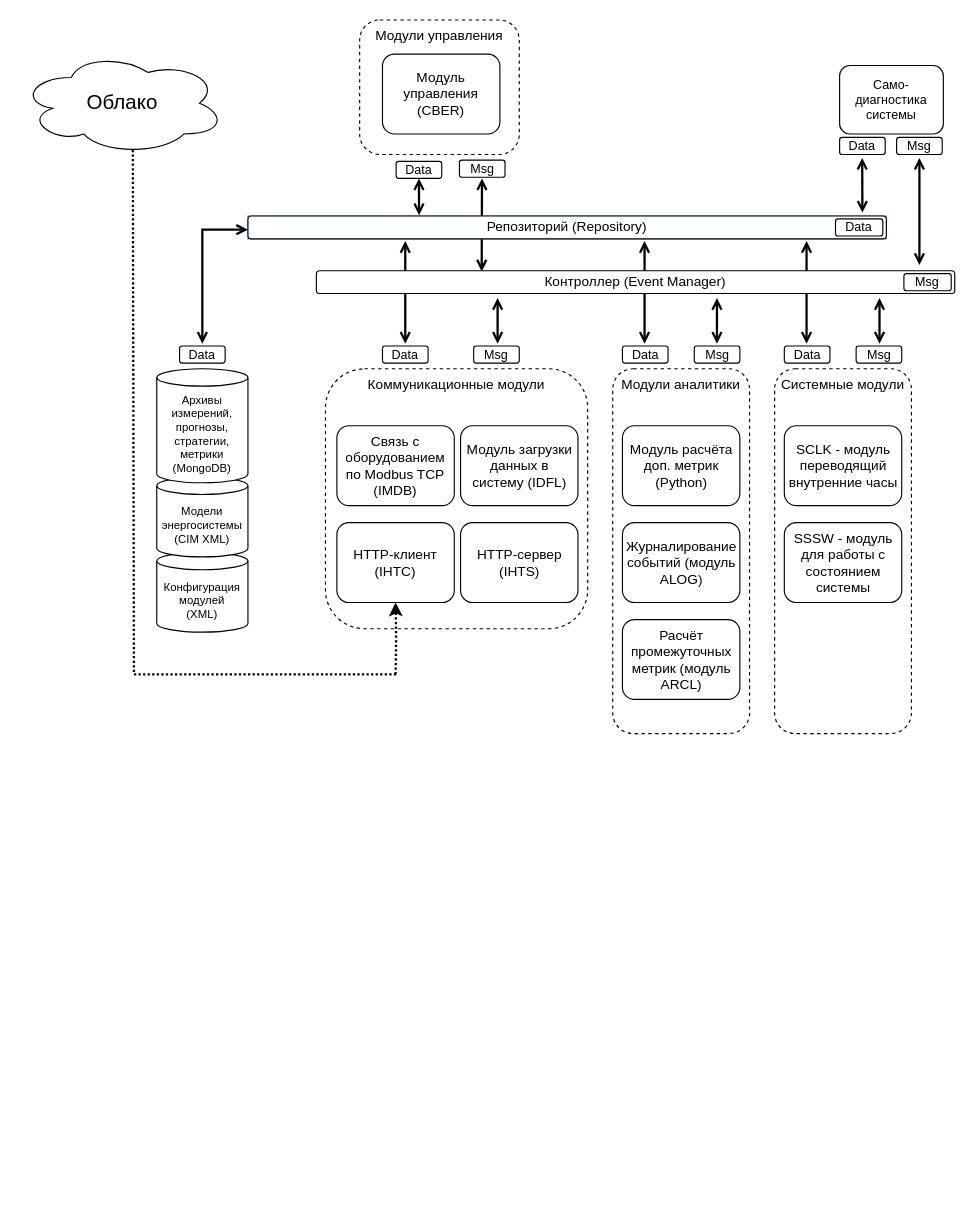
Before: AMIGO.drawio in Randyrofed/DrawIO, a draw.io diagram. Source tidied: cells renumbered, new cells numbered last; positions are measured from the earlier drawing's top-left corner, leaving out a move shared by most shapes. Both pictures are drawn from the tidied source at 114%, with x=0, y=0 at pixel (19, 19).
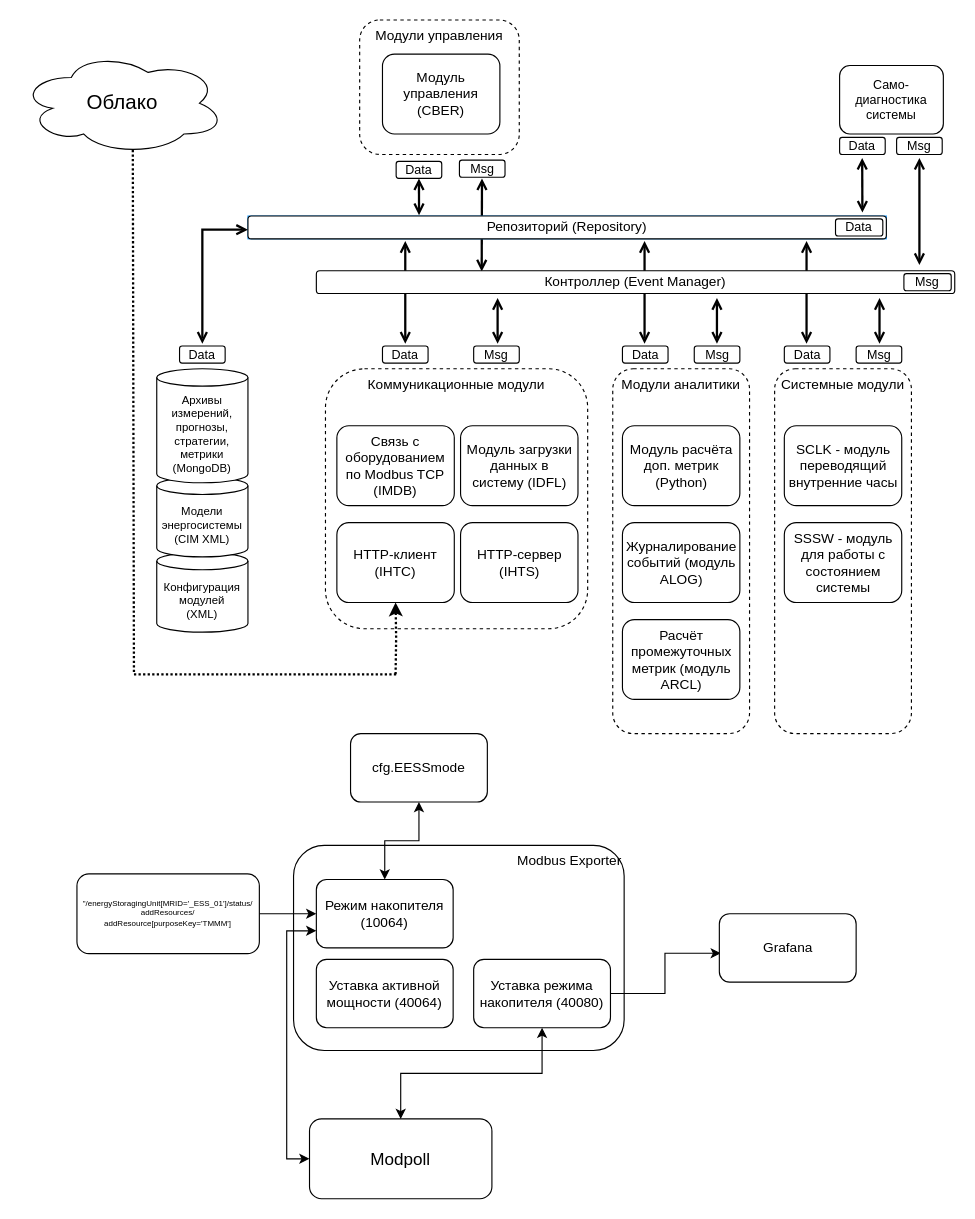
The same diagram, later.

The edit, as a diff of the source:
```diff
@@
+    <mxCell id="51" value="Modbus Exporter" style="rounded=1;whiteSpace=wrap;html=1;fillColor=none;align=right;horizontal=1;verticalAlign=top;" parent="1" vertex="1">
+      <mxGeometry x="240" y="724" width="290" height="180" as="geometry" />
+    </mxCell>
+    <mxCell id="52" value="Режим накопителя (10064)" style="rounded=1;whiteSpace=wrap;html=1;" parent="1" vertex="1">
+      <mxGeometry x="260" y="754" width="120" height="60" as="geometry" />
+    </mxCell>
+    <mxCell id="53" value="Уставка активной мощности (40064)" style="rounded=1;whiteSpace=wrap;html=1;" parent="1" vertex="1">
+      <mxGeometry x="260" y="824" width="120" height="60" as="geometry" />
+    </mxCell>
+    <mxCell id="54" style="edgeStyle=orthogonalEdgeStyle;rounded=0;jettySize=auto;html=1;entryX=0.011;entryY=0.579;entryDx=0;entryDy=0;entryPerimeter=0;fontSize=7;" parent="1" edge="1" source="55" target="58">
+      <mxGeometry relative="1" as="geometry" />
+    </mxCell>
+    <mxCell id="55" value="Уставка режима накопителя (40080)" style="rounded=1;whiteSpace=wrap;html=1;" parent="1" vertex="1">
+      <mxGeometry x="398" y="824" width="120" height="60" as="geometry" />
+    </mxCell>
+    <mxCell id="56" style="edgeStyle=orthogonalEdgeStyle;rounded=0;jettySize=auto;html=1;fontSize=7;" parent="1" edge="1" source="57" target="52">
+      <mxGeometry relative="1" as="geometry" />
+    </mxCell>
+    <mxCell id="57" value="&quot;/energyStoragingUnit[MRID='_ESS_01']/status/&lt;br style=&quot;font-size: 7px;&quot;&gt;addResources/&lt;br style=&quot;font-size: 7px;&quot;&gt;addResource[purposeKey='TMMM']" style="rounded=1;whiteSpace=wrap;html=1;fontSize=7;" parent="1" vertex="1">
+      <mxGeometry x="50" y="749" width="160" height="70" as="geometry" />
+    </mxCell>
+    <mxCell id="58" value="Grafana" style="rounded=1;whiteSpace=wrap;html=1;" parent="1" vertex="1">
+      <mxGeometry x="613.5" y="784" width="120" height="60" as="geometry" />
+    </mxCell>
+    <mxCell id="59" style="edgeStyle=orthogonalEdgeStyle;rounded=0;jettySize=auto;html=1;fontSize=7;startArrow=classic;startFill=1;" parent="1" edge="1" source="60" target="52">
+      <mxGeometry relative="1" as="geometry" />
+    </mxCell>
+    <mxCell id="60" value="cfg.EESSmode" style="rounded=1;whiteSpace=wrap;html=1;" parent="1" vertex="1">
+      <mxGeometry x="290" y="626" width="120" height="60" as="geometry" />
+    </mxCell>
+    <mxCell id="61" style="edgeStyle=orthogonalEdgeStyle;rounded=0;jettySize=auto;html=1;fontSize=7;startArrow=classic;startFill=1;" parent="1" edge="1" source="63" target="55">
+      <mxGeometry relative="1" as="geometry" />
+    </mxCell>
+    <mxCell id="62" style="edgeStyle=orthogonalEdgeStyle;rounded=0;jettySize=auto;html=1;fontSize=7;startArrow=classic;startFill=1;exitX=0;exitY=0.5;exitDx=0;exitDy=0;entryX=0;entryY=0.75;entryDx=0;entryDy=0;" parent="1" edge="1" source="63" target="52">
+      <mxGeometry relative="1" as="geometry" />
+    </mxCell>
+    <mxCell id="63" value="Modpoll" style="rounded=1;whiteSpace=wrap;html=1;fontSize=15;" parent="1" vertex="1">
+      <mxGeometry x="254" y="964" width="160" height="70" as="geometry" />
+    </mxCell>
```
